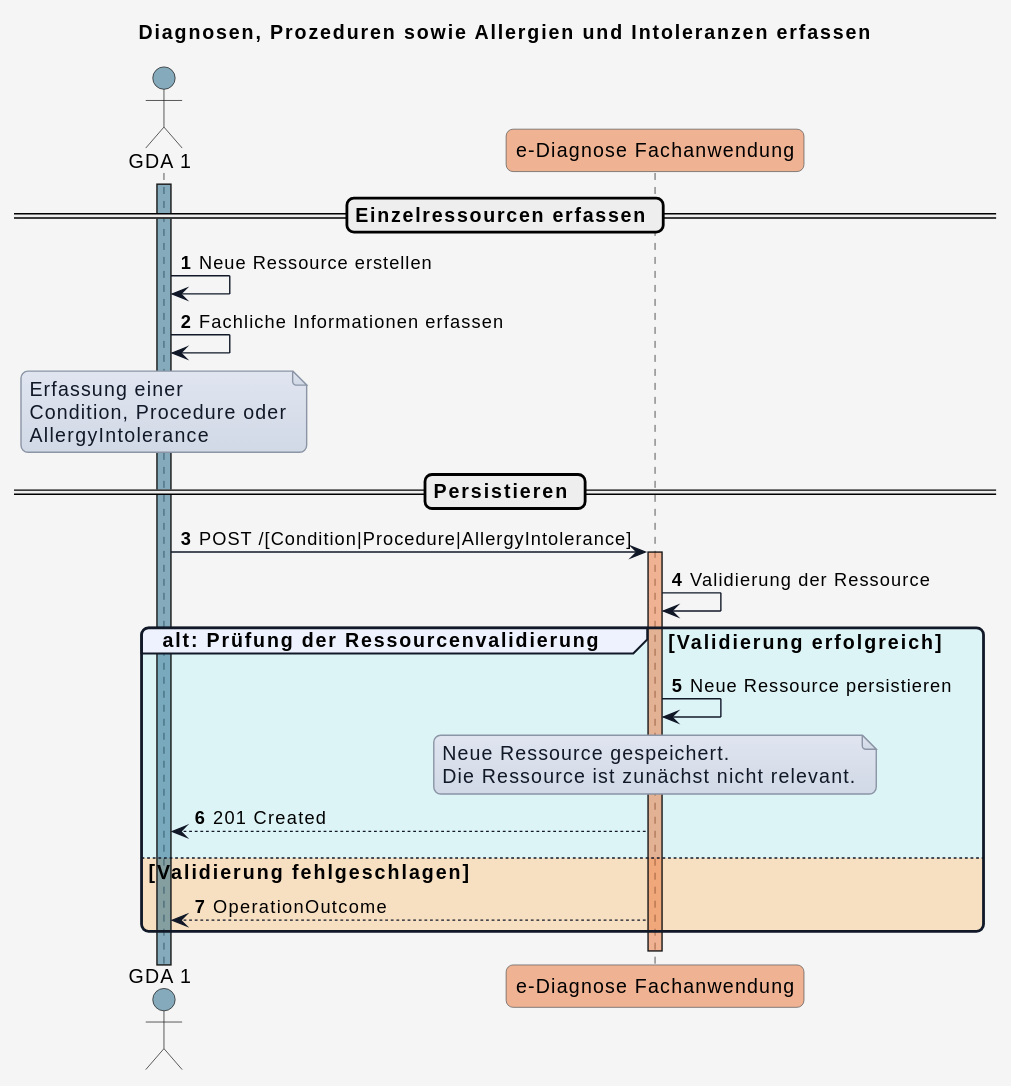
Before: input/images/plantuml/diagram_uc_06_09.svg, a diagram exported from PlantUML (HL7Austria/ELGA-e-Diagnose-R4).
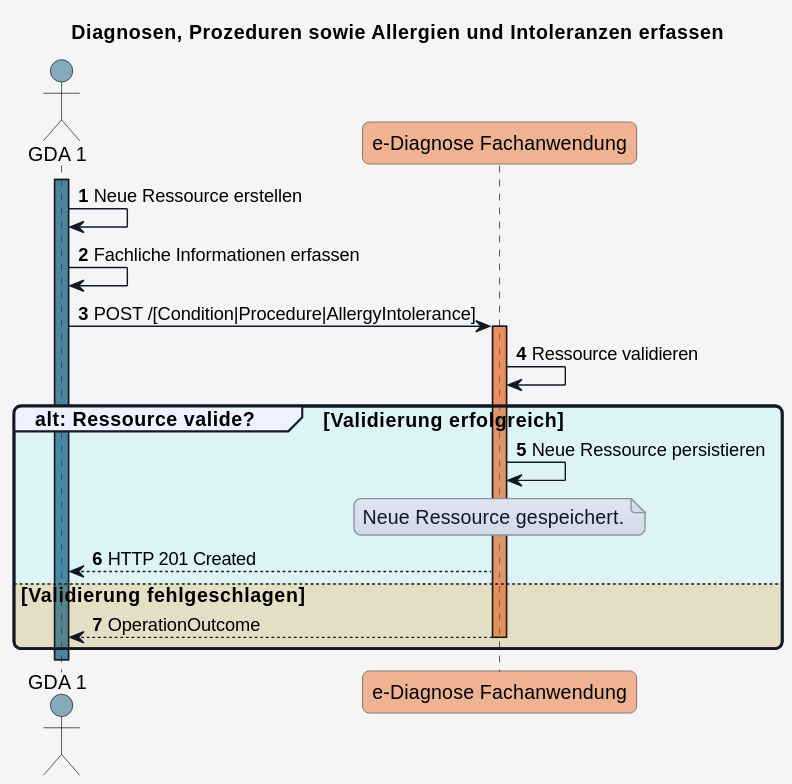
Later version of the same file.

Commit message:
Update adding general diagnoses

Diff of the diagram source:
```diff
@@ -53,42 +53,30 @@
 autonumber
 activate GDA_1 COLOR_GDA_1
 
-==  Einzelressourcen erfassen ==
+GDA_1 -> GDA_1 : Neue Ressource erstellen
 
-GDA_1 -> GDA_1 : Neue Ressource erstellen
 GDA_1 -> GDA_1 : Fachliche Informationen erfassen
-
-
-note over GDA_1
-Erfassung einer
-Condition, Procedure oder
-AllergyIntolerance
-end note
-
-== Persistieren ==
 
 GDA_1 -> eDiag_FA: POST /[Condition|Procedure|AllergyIntolerance]
 
 activate eDiag_FA COLOR_DIAG_FA
 
-eDiag_FA -> eDiag_FA: Validierung der Ressource
+eDiag_FA -> eDiag_FA: Ressource validieren
 
-group COLOR_OK alt: Prüfung der Ressourcenvalidierung [Validierung erfolgreich]
+group COLOR_OK alt: Ressource valide? [Validierung erfolgreich]
 
-        eDiag_FA -> eDiag_FA: Neue Ressource persistieren
+  eDiag_FA -> eDiag_FA: Neue Ressource persistieren
 
-        note over eDiag_FA
-        Neue Ressource gespeichert.
-        Die Ressource ist zunächst nicht relevant.
-        end note
+  note over eDiag_FA
+    Neue Ressource gespeichert.
+  end note
 
-        eDiag_FA --> GDA_1: 201 Created
+  eDiag_FA --> GDA_1: HTTP 201 Created
 
-    else COLOR_ERROR Validierung fehlgeschlagen
+else COLOR_ERROR Validierung fehlgeschlagen
 
-        eDiag_FA --> GDA_1: OperationOutcome
+  eDiag_FA --> GDA_1: OperationOutcome
+  deactivate eDiag_FA
 
-    end
-
-deactivate eDiag_FA
+end
 @enduml
```
